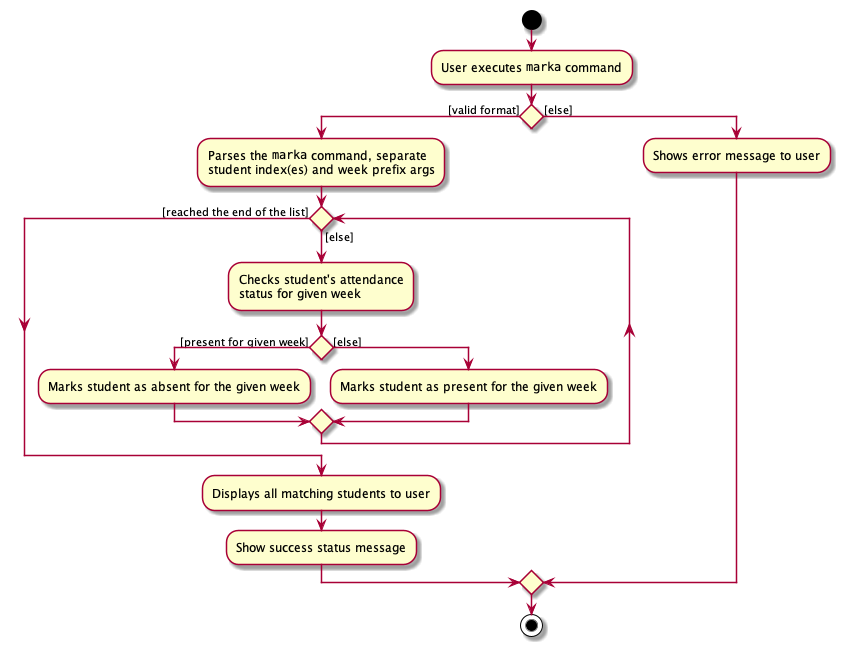
This is docs/images/MarkStudentAttActivityDiagram.png from nus-cs2103-AY2122S1/tp, a PlantUML export, as it was before one commit.
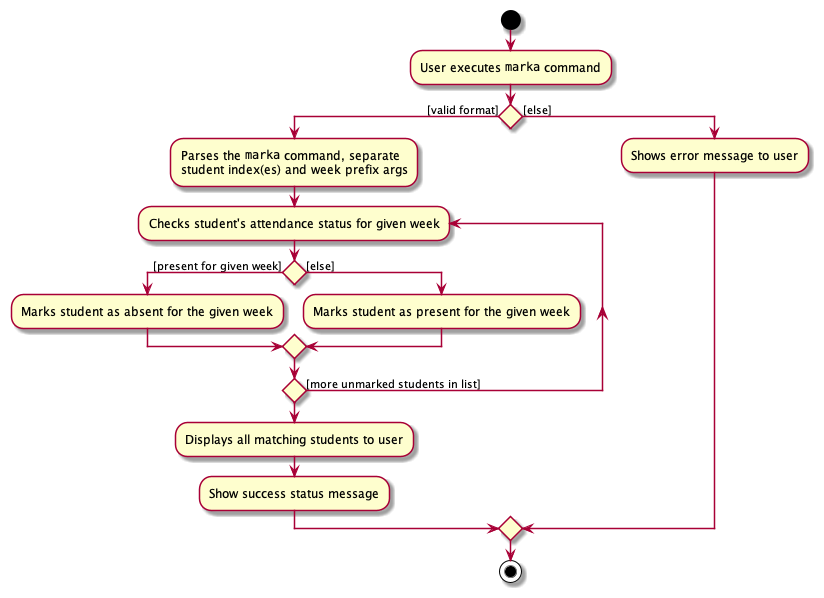
The same file after the commit.

Commit message:
Update diagram for marka

Change to the diagram source:
```diff
@@ -8,20 +8,15 @@
     :Parses the ""marka"" command, separate
     student index(es) and week prefix args;
 
-    while () is ([else])
+    repeat :Checks student's attendance status for given week;
+      if () then ([present for given week])
+          :Marks student as absent for the given week;
 
-    :Checks student's attendance
-    status for given week;
+      else ([else])
+      :Marks student as present for the given week;
 
-    if () then ([present for given week])
-    :Marks student as absent for the given week;
-
-    else ([else])
-    :Marks student as present for the given week;
-
-    endif
-
-    endwhile ([reached the end of the list])
+      endif
+    repeat while () is ([more unmarked students in list])
 
     :Displays all matching students to user;
     :Show success status message;
```
